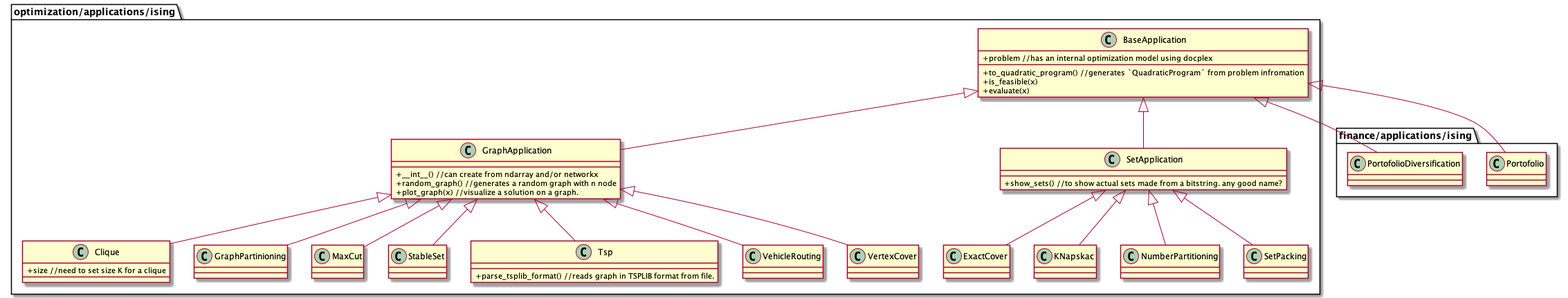
Before: out/problems/problems.png, a diagram exported from PlantUML (a-matsuo/optimization_class).
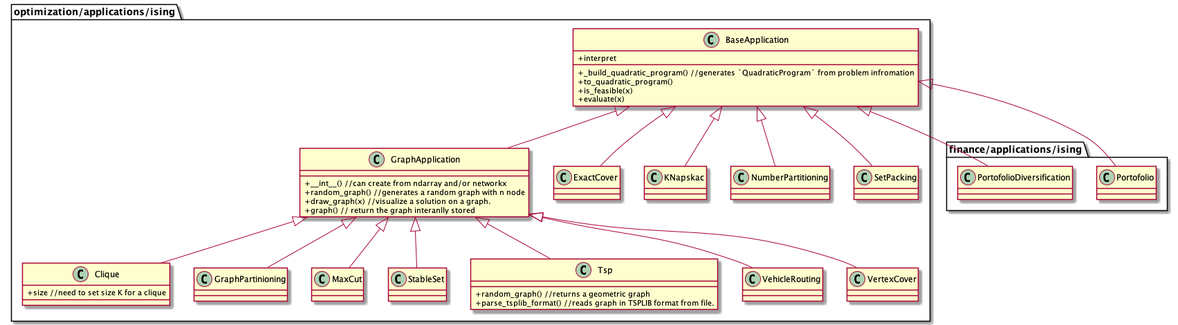
The same file after the commit.

Commit message:
updated the class diagram

The edit, as a diff of the source:
```diff
@@ -3,16 +3,18 @@
 package optimization/applications/ising {
     class BaseApplication
     {
-        +problem //has an internal optimization model using docplex
-        +to_quadratic_program() //generates `QuadraticProgram` from problem infromation
+        +_build_quadratic_program() //generates `QuadraticProgram` from problem infromation
+        +to_quadratic_program()
         +is_feasible(x)
         +evaluate(x)
+        +interpret
     }
     class GraphApplication
     {
         +__int__() //can create from ndarray and/or networkx
         +random_graph() //generates a random graph with n node
-        +plot_graph(x) //visualize a solution on a graph.
+        +draw_graph(x) //visualize a solution on a graph.
+        +graph() // return the graph interanlly stored
     }
 
     class Clique
@@ -39,11 +41,6 @@
 
     }
 
-    class SetApplication
-    {
-        +show_sets() //to show actual sets made from a bitstring. any good name?
-    }
-
     class NumberPartitioning
     {
 
@@ -61,6 +58,7 @@
 
     class Tsp
     {
+        +random_graph() //returns a geometric graph
         +parse_tsplib_format() //reads graph in TSPLIB format from file.
     }
 
@@ -84,7 +82,6 @@
 }
 
 BaseApplication <|-- GraphApplication
-BaseApplication <|-- SetApplication
 
 GraphApplication <|-- Clique
 GraphApplication <|-- GraphPartinioning
@@ -94,10 +91,10 @@
 GraphApplication <|-- VehicleRouting
 GraphApplication <|-- VertexCover
 
-SetApplication<|-- ExactCover
-SetApplication<|-- SetPacking
-SetApplication <|-- NumberPartitioning
-SetApplication <|-- KNapskac
+BaseApplication<|-- ExactCover
+BaseApplication<|-- SetPacking
+BaseApplication <|-- NumberPartitioning
+BaseApplication <|-- KNapskac
 
 BaseApplication <|-- Portofolio
 BaseApplication <|-- PortofolioDiversification
```
